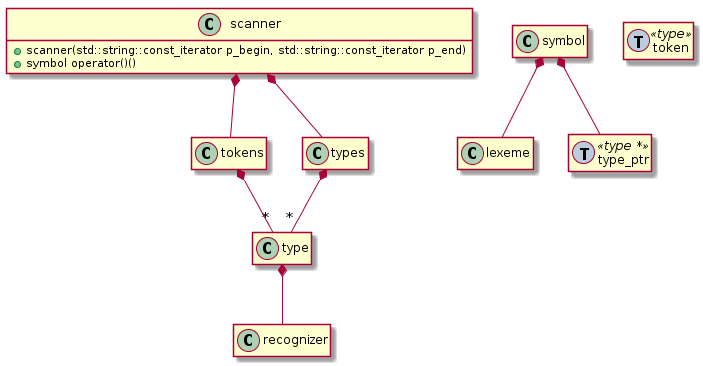
The PlantUML diagram code/interpreter/document/classes.png in rodrigocanellas/tenacitas, before a commit. Its diagram source:
```plantuml
@startuml

hide empty members
allow_mixing

class scanner {
    + scanner(std::string::const_iterator p_begin, std::string::const_iterator p_end)
    + symbol operator()()
}
class symbol
class lexeme
class type_ptr <<(T,#BBCCDD) type *>>
class token <<(T,#BBCCDD) type>>
class tokens

type *-- recognizer

tokens *-- "*" type

types *-- "*" type

symbol *-- lexeme
symbol *-- type_ptr

scanner *-- types
scanner *-- tokens


@enduml
```
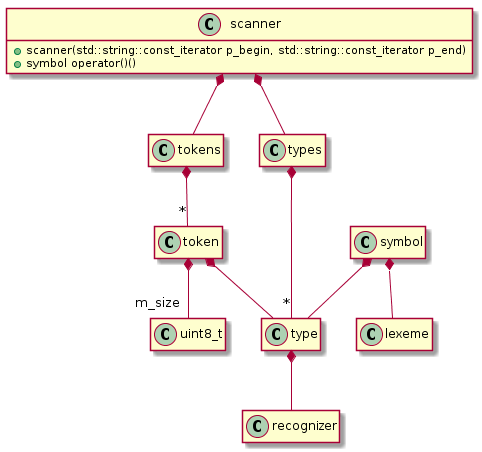
Later version of the same file.

What changed in the source:
```diff
@@ -9,18 +9,19 @@
 }
 class symbol
 class lexeme
-class type_ptr <<(T,#BBCCDD) type *>>
-class token <<(T,#BBCCDD) type>>
+class token
 class tokens
 
 type *-- recognizer
 
-tokens *-- "*" type
+token *-- "m_size" uint8_t
+token *--  type
+tokens *-- "*" token
 
 types *-- "*" type
 
 symbol *-- lexeme
-symbol *-- type_ptr
+symbol *-- type
 
 scanner *-- types
 scanner *-- tokens
```
